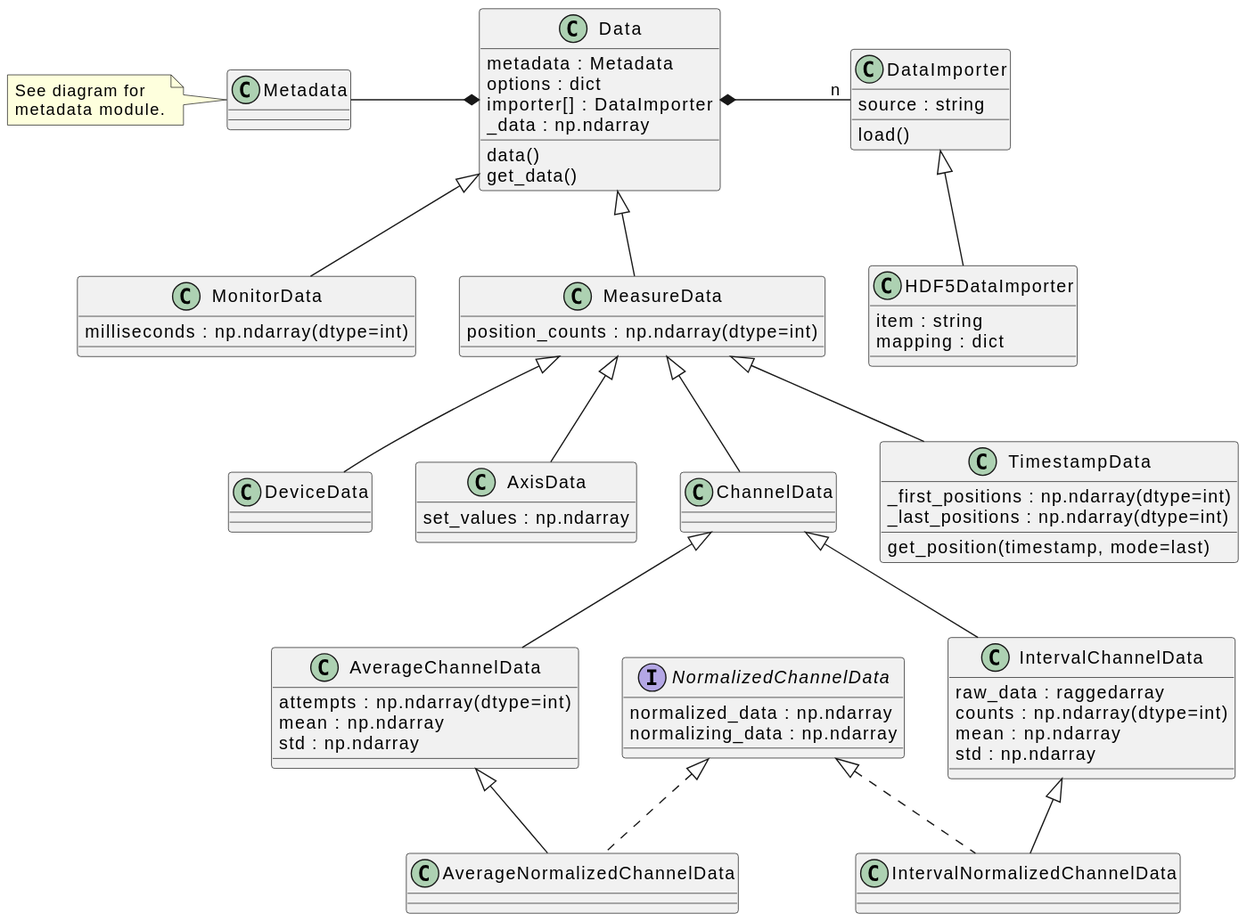
Before: docs/uml/evefile.entities.data.svg, a diagram exported from PlantUML (tillbiskup/evefile). The source it was exported from:
```plantuml
@startuml

class Data {
    metadata : Metadata
    options : dict
    importer[] : DataImporter
    _data : np.ndarray
    data()
    get_data()
}

class DataImporter {
    source : string
    load()
}

class HDF5DataImporter extends DataImporter {
    item : string
    mapping : dict
}

class Metadata {
}
note left: See diagram for\nmetadata module.

Data *- "n" DataImporter
Metadata -* Data

class MeasureData extends Data {
    {field} position_counts : np.ndarray(dtype=int)
}

class MonitorData extends Data {
    {field} milliseconds : np.ndarray(dtype=int)
}

Metadata -[hidden]> MonitorData
MonitorData -[hidden]> MeasureData

class DeviceData extends MeasureData

class AxisData extends MeasureData {
    set_values : np.ndarray
}

class ChannelData extends MeasureData {
}

class TimestampData extends MeasureData {
    {field} _first_positions : np.ndarray(dtype=int)
    {field} _last_positions : np.ndarray(dtype=int)
    get_position(timestamp, mode=last)
}

interface NormalizedChannelData {
    normalized_data : np.ndarray
    normalizing_data : np.ndarray
}

class AverageChannelData extends ChannelData {
    {field} attempts : np.ndarray(dtype=int)
    mean : np.ndarray
    std : np.ndarray
}

class AverageNormalizedChannelData extends AverageChannelData implements NormalizedChannelData {
}

class IntervalChannelData extends ChannelData {
    raw_data : raggedarray
    {field} counts : np.ndarray(dtype=int)
    mean : np.ndarray
    std : np.ndarray
}

class IntervalNormalizedChannelData extends IntervalChannelData implements NormalizedChannelData {
}
@enduml
```
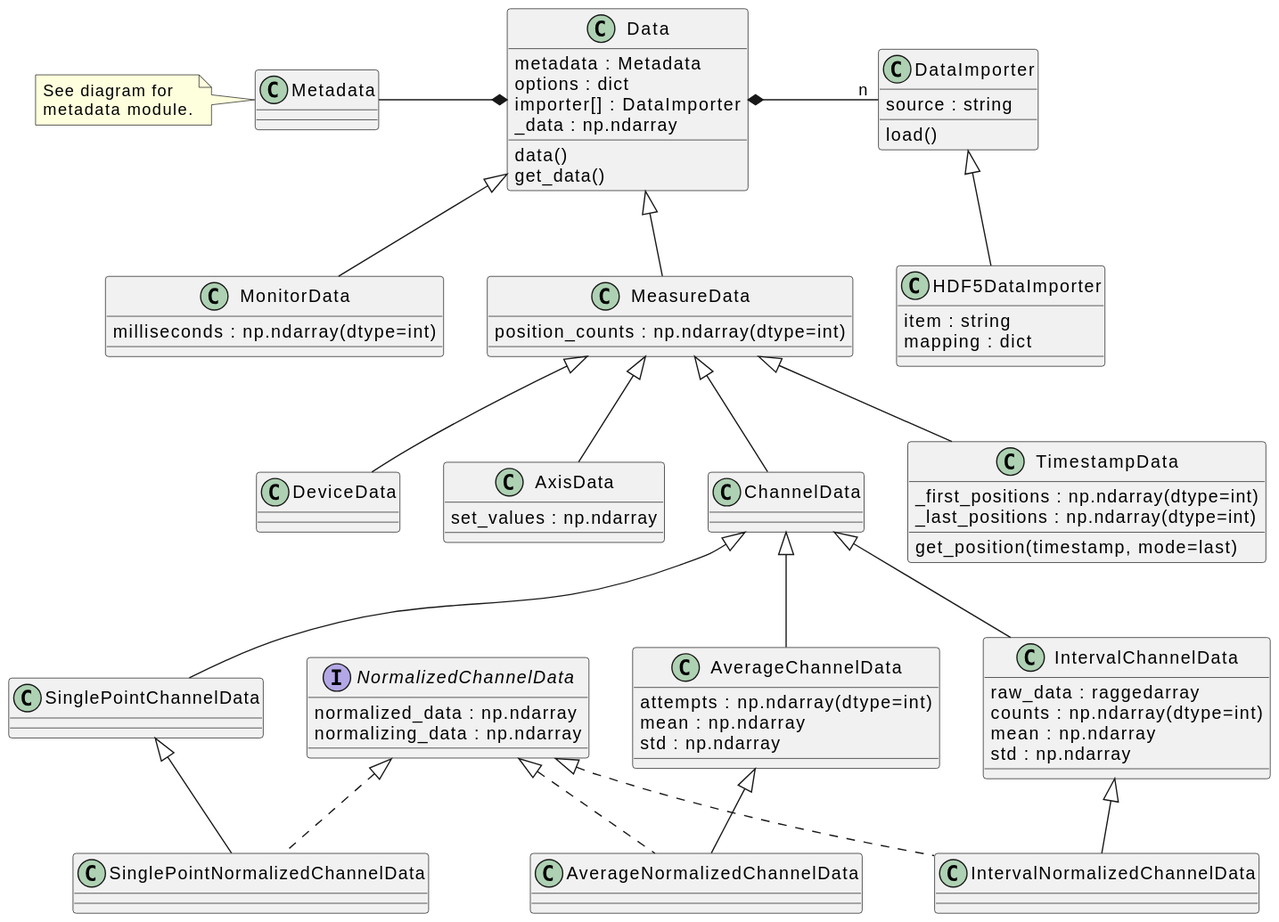
Above is the later version.

Diff of the diagram source:
```diff
@@ -52,9 +52,14 @@
     get_position(timestamp, mode=last)
 }
 
+class SinglePointChannelData extends ChannelData {}
+
 interface NormalizedChannelData {
     normalized_data : np.ndarray
     normalizing_data : np.ndarray
+}
+
+class SinglePointNormalizedChannelData extends SinglePointChannelData implements NormalizedChannelData {
 }
 
 class AverageChannelData extends ChannelData {
```
